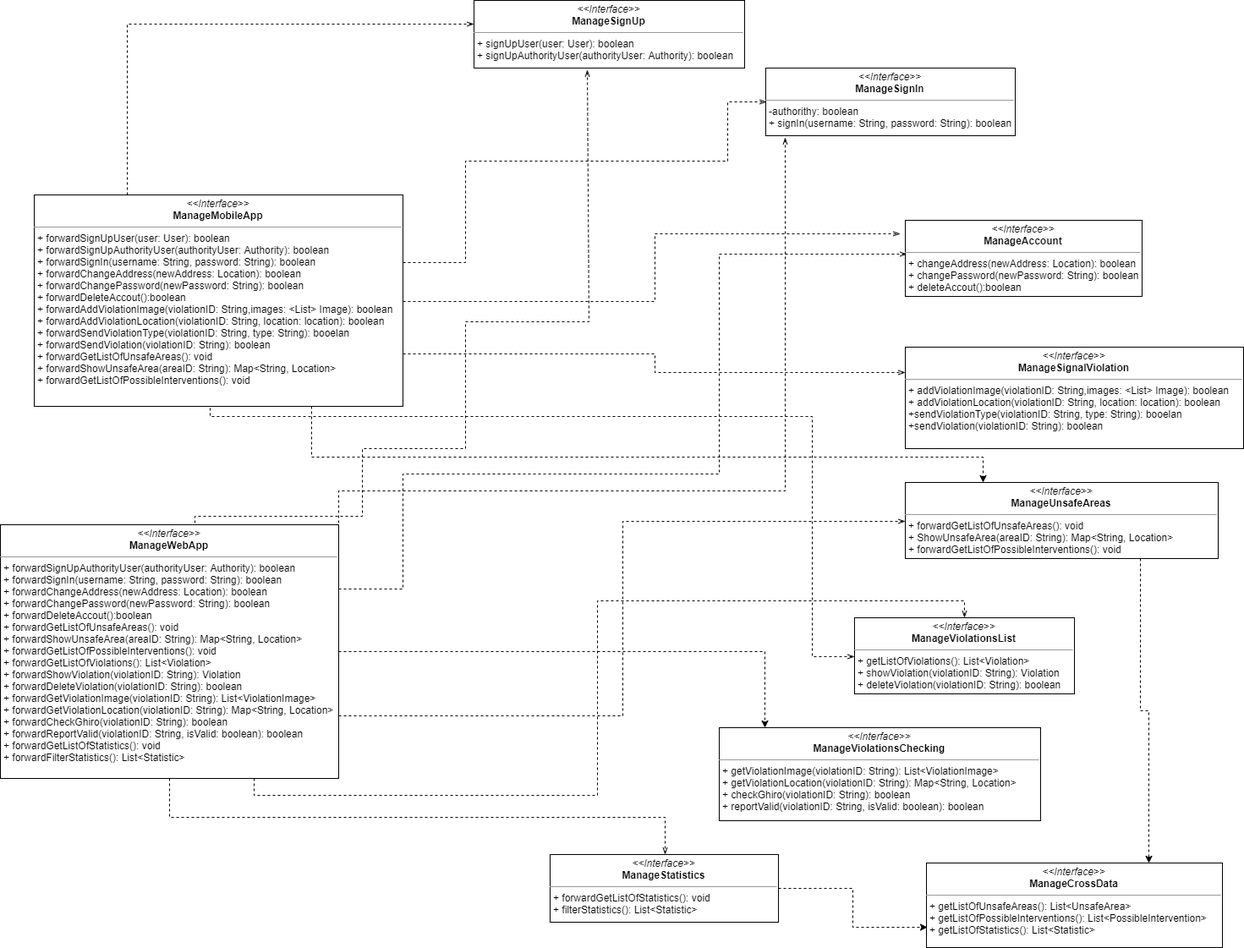
Above: DD Working Folder/dd/resources/images/ComponentInterfaces.png in Fabs97/PremiSicilianoTaddeo (draw.io), before the change. Source tidied: cells renumbered, new cells last; positions are measured from the earlier drawing's top-left corner, leaving out a move shared by most shapes.
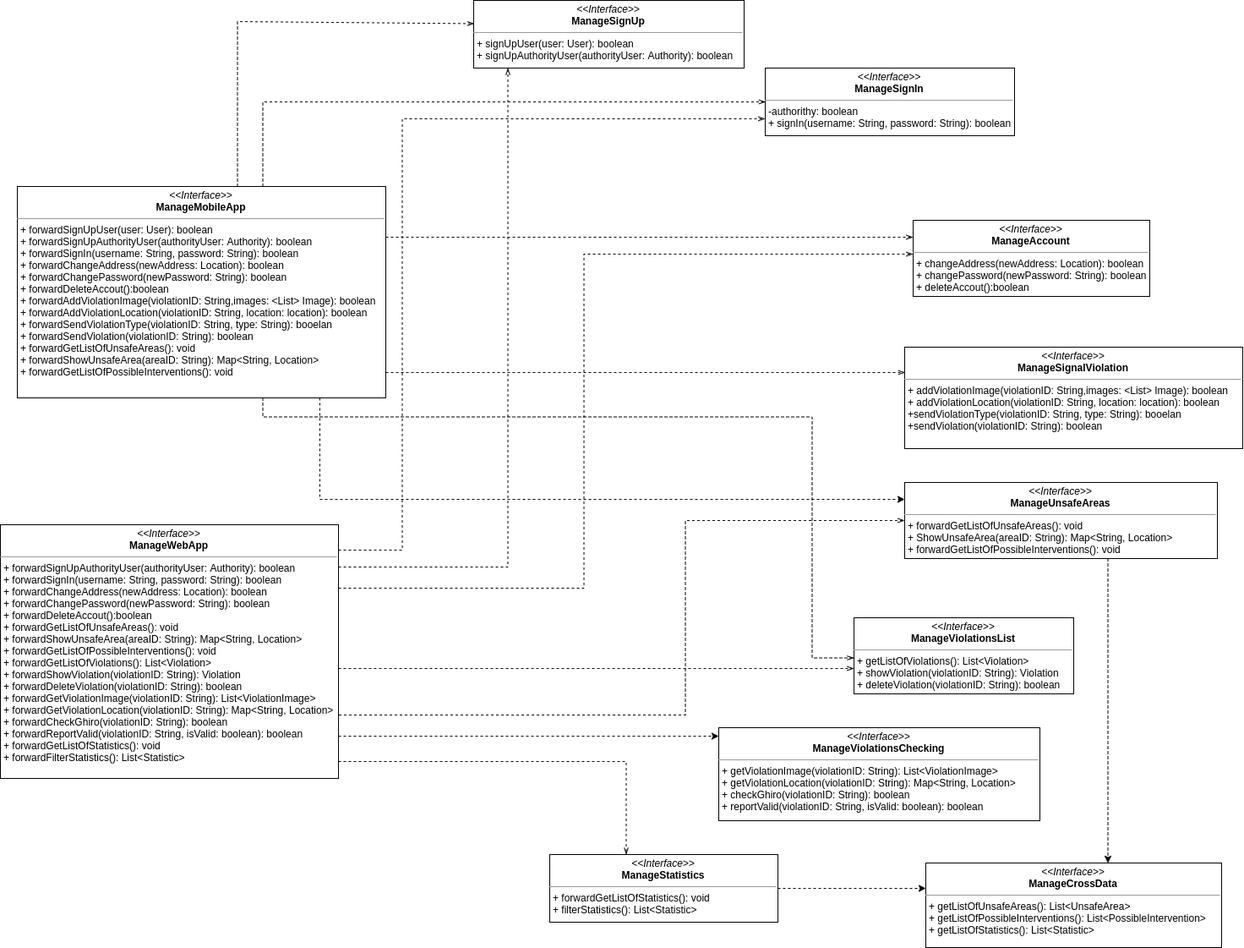
The same file after the commit.

Commit message:
[DD] - Component interfaces improved and added description

Diff of the diagram source:
```diff
@@ -2,39 +2,48 @@
   <root>
     <mxCell id="0" />
     <mxCell id="1" parent="0" />
-    <mxCell id="2" style="edgeStyle=orthogonalEdgeStyle;rounded=0;jettySize=auto;html=1;exitX=0.25;exitY=0;exitDx=0;exitDy=0;entryX=0.001;entryY=0.338;entryDx=0;entryDy=0;entryPerimeter=0;dashed=1;endArrow=openThin;endFill=0;" parent="1" edge="1" source="7" target="14">
-      <mxGeometry relative="1" as="geometry" />
+    <mxCell id="2" style="edgeStyle=orthogonalEdgeStyle;rounded=0;jettySize=auto;html=1;entryX=0.001;entryY=0.338;entryDx=0;entryDy=0;entryPerimeter=0;dashed=1;endArrow=openThin;endFill=0;" parent="1" edge="1" source="7" target="14">
+      <mxGeometry relative="1" as="geometry">
+        <Array as="points">
+          <mxPoint x="281" y="26" />
+        </Array>
+      </mxGeometry>
     </mxCell>
-    <mxCell id="3" style="edgeStyle=orthogonalEdgeStyle;rounded=0;jettySize=auto;html=1;exitX=1;exitY=0.25;exitDx=0;exitDy=0;entryX=0;entryY=0.5;entryDx=0;entryDy=0;dashed=1;endArrow=openThin;endFill=0;" parent="1" edge="1" source="7" target="15">
+    <mxCell id="3" style="edgeStyle=orthogonalEdgeStyle;rounded=0;jettySize=auto;html=1;entryX=0;entryY=0.5;entryDx=0;entryDy=0;dashed=1;endArrow=openThin;endFill=0;" parent="1" edge="1" source="7" target="15">
       <mxGeometry relative="1" as="geometry">
         <Array as="points">
-          <mxPoint x="550" y="310" />
-          <mxPoint x="550" y="190" />
-          <mxPoint x="860" y="190" />
-          <mxPoint x="860" y="120" />
+          <mxPoint x="311" y="120" />
         </Array>
       </mxGeometry>
     </mxCell>
-    <mxCell id="4" style="edgeStyle=orthogonalEdgeStyle;rounded=0;jettySize=auto;html=1;exitX=1;exitY=0.5;exitDx=0;exitDy=0;entryX=-0.018;entryY=0.171;entryDx=0;entryDy=0;entryPerimeter=0;dashed=1;endArrow=openThin;endFill=0;" parent="1" edge="1" source="7" target="16">
-      <mxGeometry relative="1" as="geometry" />
+    <mxCell id="4" style="edgeStyle=orthogonalEdgeStyle;rounded=0;jettySize=auto;html=1;dashed=1;endArrow=openThin;endFill=0;" parent="1" edge="1" source="7" target="16">
+      <mxGeometry relative="1" as="geometry">
+        <Array as="points">
+          <mxPoint x="550" y="279" />
+          <mxPoint x="550" y="279" />
+        </Array>
+      </mxGeometry>
     </mxCell>
-    <mxCell id="5" style="edgeStyle=orthogonalEdgeStyle;rounded=0;jettySize=auto;html=1;exitX=1;exitY=0.75;exitDx=0;exitDy=0;entryX=0;entryY=0.25;entryDx=0;entryDy=0;dashed=1;endArrow=openThin;endFill=0;" parent="1" edge="1" source="7" target="17">
-      <mxGeometry relative="1" as="geometry" />
+    <mxCell id="5" style="edgeStyle=orthogonalEdgeStyle;rounded=0;jettySize=auto;html=1;entryX=0;entryY=0.25;entryDx=0;entryDy=0;dashed=1;endArrow=openThin;endFill=0;" parent="1" edge="1" source="7" target="17">
+      <mxGeometry relative="1" as="geometry">
+        <Array as="points">
+          <mxPoint x="600" y="440" />
+          <mxPoint x="600" y="440" />
+        </Array>
+      </mxGeometry>
     </mxCell>
-    <mxCell id="6" style="edgeStyle=orthogonalEdgeStyle;rounded=0;jettySize=auto;html=1;exitX=0.75;exitY=1;exitDx=0;exitDy=0;entryX=0.25;entryY=0;entryDx=0;entryDy=0;dashed=1;" parent="1" edge="1" source="7" target="19">
+    <mxCell id="6" style="edgeStyle=orthogonalEdgeStyle;rounded=0;jettySize=auto;html=1;dashed=1;" parent="1" edge="1" source="7" target="19">
       <mxGeometry relative="1" as="geometry">
         <Array as="points">
-          <mxPoint x="377" y="540" />
-          <mxPoint x="1163" y="540" />
+          <mxPoint x="377" y="590" />
         </Array>
       </mxGeometry>
     </mxCell>
     <mxCell id="7" value="&lt;p style=&quot;margin: 0px ; margin-top: 4px ; text-align: center&quot;&gt;&lt;i&gt;&amp;lt;&amp;lt;Interface&amp;gt;&amp;gt;&lt;/i&gt;&lt;br&gt;&lt;b&gt;ManageMobileApp&lt;/b&gt;&lt;/p&gt;&lt;hr size=&quot;1&quot;&gt;&lt;p style=&quot;margin: 0px ; margin-left: 4px&quot;&gt;+ forwardSignUpUser(user: User): boolean&lt;br&gt;+ forwardSignUpAuthorityUser(authorityUser: Authority): boolean&lt;br&gt;&lt;/p&gt;&lt;p style=&quot;margin: 0px ; margin-left: 4px&quot;&gt;+ forwardSignIn(username: String, password: String): boolean&lt;br&gt;&lt;/p&gt;&lt;p style=&quot;margin: 0px 0px 0px 4px&quot;&gt;+ forwardChangeAddress(newAddress: Location): boolean&lt;br&gt;+ forwardChangePassword(newPassword: String): boolean&lt;/p&gt;&lt;p style=&quot;margin: 0px 0px 0px 4px&quot;&gt;+ forwardDeleteAccout():boolean&lt;/p&gt;&lt;p style=&quot;margin: 0px 0px 0px 4px&quot;&gt;+ forwardAddViolationImage(violationID: String,images: &amp;lt;List&amp;gt; Image): boolean&lt;/p&gt;&lt;p style=&quot;margin: 0px 0px 0px 4px&quot;&gt;+ forwardAddViolationLocation(violationID: String, location: location): boolean&lt;/p&gt;&lt;p style=&quot;margin: 0px 0px 0px 4px&quot;&gt;+ forwardSendViolationType(violationID: String, type: String): booelan&lt;/p&gt;&lt;p style=&quot;margin: 0px 0px 0px 4px&quot;&gt;+ forwardSendViolation(violationID: String): boolean&lt;/p&gt;&lt;p style=&quot;margin: 0px 0px 0px 4px&quot;&gt;+ forwardGetListOfUnsafeAreas(): void&lt;br&gt;+ forwardShowUnsafeArea(areaID: String): Map&amp;lt;String, Location&amp;gt;&lt;/p&gt;&lt;p style=&quot;margin: 0px 0px 0px 4px&quot;&gt;+ forwardGetListOfPossibleInterventions(): void&lt;/p&gt;" style="verticalAlign=top;align=left;overflow=fill;fontSize=12;fontFamily=Helvetica;html=1;" parent="1" vertex="1">
-      <mxGeometry x="40" y="230" width="436" height="250" as="geometry" />
+      <mxGeometry x="20" y="220" width="436" height="250" as="geometry" />
     </mxCell>
-    <mxCell id="8" style="edgeStyle=orthogonalEdgeStyle;rounded=0;jettySize=auto;html=1;entryX=0;entryY=0.5;entryDx=0;entryDy=0;dashed=1;endArrow=openThin;endFill=0;exitX=0.478;exitY=1.005;exitDx=0;exitDy=0;exitPerimeter=0;" parent="1" edge="1" source="7">
+    <mxCell id="8" style="edgeStyle=orthogonalEdgeStyle;rounded=0;jettySize=auto;html=1;dashed=1;endArrow=openThin;endFill=0;" parent="1" edge="1" source="7" target="20">
       <mxGeometry relative="1" as="geometry">
-        <mxPoint x="1010" y="776.5" as="targetPoint" />
         <Array as="points">
           <mxPoint x="311" y="492" />
           <mxPoint x="960" y="492" />
@@ -42,38 +51,36 @@
         </Array>
       </mxGeometry>
     </mxCell>
-    <mxCell id="9" style="edgeStyle=orthogonalEdgeStyle;rounded=0;jettySize=auto;html=1;exitX=0.75;exitY=0;exitDx=0;exitDy=0;dashed=1;endArrow=openThin;endFill=0;entryX=0.421;entryY=1.023;entryDx=0;entryDy=0;entryPerimeter=0;" parent="1" edge="1" source="13" target="14">
+    <mxCell id="9" style="edgeStyle=orthogonalEdgeStyle;rounded=0;jettySize=auto;html=1;dashed=1;endArrow=openThin;endFill=0;" parent="1" edge="1" source="13" target="14">
       <mxGeometry relative="1" as="geometry">
         <Array as="points">
-          <mxPoint x="230" y="620" />
-          <mxPoint x="230" y="610" />
-          <mxPoint x="428" y="610" />
-          <mxPoint x="428" y="530" />
-          <mxPoint x="550" y="530" />
-          <mxPoint x="550" y="380" />
-          <mxPoint x="695" y="380" />
+          <mxPoint x="600" y="670" />
         </Array>
       </mxGeometry>
     </mxCell>
-    <mxCell id="10" style="edgeStyle=orthogonalEdgeStyle;rounded=0;jettySize=auto;html=1;exitX=1;exitY=0.25;exitDx=0;exitDy=0;entryX=0.08;entryY=1.024;entryDx=0;entryDy=0;entryPerimeter=0;dashed=1;endArrow=openThin;endFill=0;" parent="1" edge="1" source="13" target="15">
+    <mxCell id="10" style="edgeStyle=orthogonalEdgeStyle;rounded=0;jettySize=auto;html=1;dashed=1;endArrow=openThin;endFill=0;" parent="1" edge="1" source="13" target="15">
       <mxGeometry relative="1" as="geometry">
         <Array as="points">
-          <mxPoint x="476" y="580" />
-          <mxPoint x="929" y="580" />
+          <mxPoint x="476" y="650" />
+          <mxPoint x="476" y="139" />
         </Array>
       </mxGeometry>
     </mxCell>
-    <mxCell id="11" style="edgeStyle=orthogonalEdgeStyle;rounded=0;jettySize=auto;html=1;exitX=1;exitY=0.25;exitDx=0;exitDy=0;entryX=0.004;entryY=0.446;entryDx=0;entryDy=0;dashed=1;endArrow=openThin;endFill=0;entryPerimeter=0;" parent="1" edge="1" source="13" target="16">
+    <mxCell id="11" style="edgeStyle=orthogonalEdgeStyle;rounded=0;jettySize=auto;html=1;dashed=1;endArrow=openThin;endFill=0;" parent="1" edge="1" source="13" target="16">
       <mxGeometry relative="1" as="geometry">
         <Array as="points">
-          <mxPoint x="476" y="560" />
-          <mxPoint x="850" y="560" />
-          <mxPoint x="850" y="300" />
+          <mxPoint x="690" y="695" />
+          <mxPoint x="690" y="299" />
         </Array>
       </mxGeometry>
     </mxCell>
-    <mxCell id="12" style="edgeStyle=orthogonalEdgeStyle;rounded=0;jettySize=auto;html=1;exitX=1;exitY=0.5;exitDx=0;exitDy=0;entryX=0.142;entryY=0.003;entryDx=0;entryDy=0;entryPerimeter=0;dashed=1;" parent="1" edge="1" source="13" target="21">
-      <mxGeometry relative="1" as="geometry" />
+    <mxCell id="12" style="edgeStyle=orthogonalEdgeStyle;rounded=0;jettySize=auto;html=1;dashed=1;" parent="1" edge="1" source="13" target="21">
+      <mxGeometry relative="1" as="geometry">
+        <Array as="points">
+          <mxPoint x="620" y="870" />
+          <mxPoint x="620" y="870" />
+        </Array>
+      </mxGeometry>
     </mxCell>
     <mxCell id="13" value="&lt;p style=&quot;margin: 0px ; margin-top: 4px ; text-align: center&quot;&gt;&lt;i&gt;&amp;lt;&amp;lt;Interface&amp;gt;&amp;gt;&lt;/i&gt;&lt;br&gt;&lt;b&gt;ManageWebApp&lt;/b&gt;&lt;/p&gt;&lt;hr size=&quot;1&quot;&gt;&lt;p style=&quot;margin: 0px ; margin-left: 4px&quot;&gt;+ forwardSignUpAuthorityUser(authorityUser: Authority): boolean&lt;br&gt;&lt;/p&gt;&lt;p style=&quot;margin: 0px ; margin-left: 4px&quot;&gt;+ forwardSignIn(username: String, password: String): boolean&lt;br&gt;&lt;/p&gt;&lt;p style=&quot;margin: 0px 0px 0px 4px&quot;&gt;+ forwardChangeAddress(newAddress: Location): boolean&lt;br&gt;+ forwardChangePassword(newPassword: String): boolean&lt;/p&gt;&lt;p style=&quot;margin: 0px 0px 0px 4px&quot;&gt;+ forwardDeleteAccout():boolean&lt;/p&gt;&lt;p style=&quot;margin: 0px 0px 0px 4px&quot;&gt;+ forwardGetListOfUnsafeAreas(): void&lt;br&gt;+ forwardShowUnsafeArea(areaID: String): Map&amp;lt;String, Location&amp;gt;&lt;/p&gt;&lt;p style=&quot;margin: 0px 0px 0px 4px&quot;&gt;+ forwardGetListOfPossibleInterventions(): void&lt;/p&gt;&lt;p style=&quot;margin: 0px 0px 0px 4px&quot;&gt;+ forwardGetListOfViolations(): List&amp;lt;Violation&amp;gt;&lt;br&gt;+ forwardShowViolation(violationID: String): Violation&lt;/p&gt;&lt;p style=&quot;margin: 0px 0px 0px 4px&quot;&gt;+ forwardDeleteViolation(violationID: String): boolean&lt;/p&gt;&lt;p style=&quot;margin: 0px 0px 0px 4px&quot;&gt;+ forwardGetViolationImage(violationID: String): List&amp;lt;ViolationImage&amp;gt;&lt;br&gt;+ forwardGetViolationLocation(violationID: String): Map&amp;lt;String, Location&amp;gt;&lt;/p&gt;&lt;p style=&quot;margin: 0px 0px 0px 4px&quot;&gt;+ forwardCheckGhiro(violationID: String): boolean&lt;/p&gt;&lt;p style=&quot;margin: 0px 0px 0px 4px&quot;&gt;+ forwardReportValid(violationID: String, isValid: boolean): boolean&lt;br&gt;&lt;/p&gt;&lt;p style=&quot;margin: 0px 0px 0px 4px&quot;&gt;+ forwardGetListOfStatistics(): void&lt;br&gt;&lt;/p&gt;&lt;p style=&quot;margin: 0px 0px 0px 4px&quot;&gt;+ forwardFilterStatistics(): List&amp;lt;Statistic&amp;gt;&lt;/p&gt;&lt;p style=&quot;margin: 0px 0px 0px 4px&quot;&gt;&lt;br&gt;&lt;/p&gt;" style="verticalAlign=top;align=left;overflow=fill;fontSize=12;fontFamily=Helvetica;html=1;" parent="1" vertex="1">
       <mxGeometry y="620" width="400" height="300" as="geometry" />
@@ -85,13 +92,18 @@
       <mxGeometry x="905" y="80" width="295" height="80" as="geometry" />
     </mxCell>
     <mxCell id="16" value="&lt;p style=&quot;margin: 0px ; margin-top: 4px ; text-align: center&quot;&gt;&lt;i&gt;&amp;lt;&amp;lt;Interface&amp;gt;&amp;gt;&lt;/i&gt;&lt;br&gt;&lt;b&gt;ManageAccount&lt;/b&gt;&lt;/p&gt;&lt;hr size=&quot;1&quot;&gt;&lt;p style=&quot;margin: 0px ; margin-left: 4px&quot;&gt;+ changeAddress(newAddress: Location): boolean&lt;br&gt;+ changePassword(newPassword: String): boolean&lt;/p&gt;&lt;p style=&quot;margin: 0px ; margin-left: 4px&quot;&gt;+ deleteAccout():boolean&lt;/p&gt;" style="verticalAlign=top;align=left;overflow=fill;fontSize=12;fontFamily=Helvetica;html=1;" parent="1" vertex="1">
-      <mxGeometry x="1070" y="260" width="280" height="90" as="geometry" />
+      <mxGeometry x="1080" y="260" width="280" height="90" as="geometry" />
     </mxCell>
     <mxCell id="17" value="&lt;p style=&quot;margin: 0px ; margin-top: 4px ; text-align: center&quot;&gt;&lt;i&gt;&amp;lt;&amp;lt;Interface&amp;gt;&amp;gt;&lt;/i&gt;&lt;br&gt;&lt;b&gt;ManageSignalViolation&lt;/b&gt;&lt;/p&gt;&lt;hr size=&quot;1&quot;&gt;&lt;p style=&quot;margin: 0px ; margin-left: 4px&quot;&gt;+ addViolationImage(violationID: String,images: &amp;lt;List&amp;gt; Image): boolean&lt;/p&gt;&lt;p style=&quot;margin: 0px ; margin-left: 4px&quot;&gt;+ addViolationLocation(violationID: String, location: location): boolean&lt;/p&gt;&lt;p style=&quot;margin: 0px ; margin-left: 4px&quot;&gt;+sendViolationType(violationID: String, type: String): booelan&lt;/p&gt;&lt;p style=&quot;margin: 0px ; margin-left: 4px&quot;&gt;+sendViolation(violationID: String): boolean&lt;/p&gt;&lt;p style=&quot;margin: 0px ; margin-left: 4px&quot;&gt;&lt;br&gt;&lt;/p&gt;" style="verticalAlign=top;align=left;overflow=fill;fontSize=12;fontFamily=Helvetica;html=1;" parent="1" vertex="1">
       <mxGeometry x="1070" y="410" width="400" height="120" as="geometry" />
     </mxCell>
-    <mxCell id="18" style="edgeStyle=orthogonalEdgeStyle;rounded=0;jettySize=auto;html=1;exitX=0.75;exitY=1;exitDx=0;exitDy=0;entryX=0.75;entryY=0;entryDx=0;entryDy=0;dashed=1;" parent="1" edge="1" source="19" target="24">
-      <mxGeometry relative="1" as="geometry" />
+    <mxCell id="18" style="edgeStyle=orthogonalEdgeStyle;rounded=0;jettySize=auto;html=1;dashed=1;" parent="1" edge="1" source="19" target="24">
+      <mxGeometry relative="1" as="geometry">
+        <Array as="points">
+          <mxPoint x="1310" y="839" />
+          <mxPoint x="1310" y="839" />
+        </Array>
+      </mxGeometry>
     </mxCell>
     <mxCell id="19" value="&lt;p style=&quot;margin: 0px ; margin-top: 4px ; text-align: center&quot;&gt;&lt;i&gt;&amp;lt;&amp;lt;Interface&amp;gt;&amp;gt;&lt;/i&gt;&lt;br&gt;&lt;b&gt;ManageUnsafeAreas&lt;/b&gt;&lt;/p&gt;&lt;hr size=&quot;1&quot;&gt;&lt;p style=&quot;margin: 0px ; margin-left: 4px&quot;&gt;+ forwardGetListOfUnsafeAreas(): void&lt;br&gt;+ ShowUnsafeArea(areaID: String): Map&amp;lt;String, Location&amp;gt;&lt;/p&gt;&lt;p style=&quot;margin: 0px ; margin-left: 4px&quot;&gt;+ forwardGetListOfPossibleInterventions(): void&lt;/p&gt;" style="verticalAlign=top;align=left;overflow=fill;fontSize=12;fontFamily=Helvetica;html=1;" parent="1" vertex="1">
       <mxGeometry x="1070" y="570" width="370" height="90" as="geometry" />
@@ -102,8 +114,13 @@
     <mxCell id="21" value="&lt;p style=&quot;margin: 0px ; margin-top: 4px ; text-align: center&quot;&gt;&lt;i&gt;&amp;lt;&amp;lt;Interface&amp;gt;&amp;gt;&lt;/i&gt;&lt;br&gt;&lt;b&gt;ManageViolationsChecking&lt;/b&gt;&lt;/p&gt;&lt;hr size=&quot;1&quot;&gt;&lt;p style=&quot;margin: 0px ; margin-left: 4px&quot;&gt;+ getViolationImage(violationID: String): List&amp;lt;ViolationImage&amp;gt;&lt;br&gt;+ getViolationLocation(violationID: String): Map&amp;lt;String, Location&amp;gt;&lt;/p&gt;&lt;p style=&quot;margin: 0px ; margin-left: 4px&quot;&gt;&lt;span&gt;+ checkGhiro(violationID: String): boolean&lt;/span&gt;&lt;/p&gt;&lt;p style=&quot;margin: 0px ; margin-left: 4px&quot;&gt;&lt;span&gt;+ reportValid(violationID: String, isValid: boolean): boolean&lt;/span&gt;&lt;br&gt;&lt;/p&gt;&lt;p style=&quot;margin: 0px ; margin-left: 4px&quot;&gt;&lt;br&gt;&lt;/p&gt;" style="verticalAlign=top;align=left;overflow=fill;fontSize=12;fontFamily=Helvetica;html=1;" parent="1" vertex="1">
       <mxGeometry x="850" y="860" width="380" height="110" as="geometry" />
     </mxCell>
-    <mxCell id="22" style="edgeStyle=orthogonalEdgeStyle;rounded=0;jettySize=auto;html=1;exitX=1;exitY=0.5;exitDx=0;exitDy=0;entryX=0;entryY=0.75;entryDx=0;entryDy=0;dashed=1;" parent="1" edge="1" source="23" target="24">
-      <mxGeometry relative="1" as="geometry" />
+    <mxCell id="22" style="edgeStyle=orthogonalEdgeStyle;rounded=0;jettySize=auto;html=1;dashed=1;" parent="1" edge="1" source="23" target="24">
+      <mxGeometry relative="1" as="geometry">
+        <Array as="points">
+          <mxPoint x="1010" y="1050" />
+          <mxPoint x="1010" y="1050" />
+        </Array>
+      </mxGeometry>
     </mxCell>
     <mxCell id="23" value="&lt;p style=&quot;margin: 0px ; margin-top: 4px ; text-align: center&quot;&gt;&lt;i&gt;&amp;lt;&amp;lt;Interface&amp;gt;&amp;gt;&lt;/i&gt;&lt;br&gt;&lt;b&gt;ManageStatistics&lt;/b&gt;&lt;/p&gt;&lt;hr size=&quot;1&quot;&gt;&lt;p style=&quot;margin: 0px ; margin-left: 4px&quot;&gt;+ forwardGetListOfStatistics(): void&lt;br&gt;&lt;/p&gt;&lt;p style=&quot;margin: 0px ; margin-left: 4px&quot;&gt;+ filterStatistics(): List&amp;lt;Statistic&amp;gt;&lt;/p&gt;" style="verticalAlign=top;align=left;overflow=fill;fontSize=12;fontFamily=Helvetica;html=1;" parent="1" vertex="1">
       <mxGeometry x="650" y="1010" width="270" height="80" as="geometry" />
@@ -111,14 +128,28 @@
     <mxCell id="24" value="&lt;p style=&quot;margin: 0px ; margin-top: 4px ; text-align: center&quot;&gt;&lt;i&gt;&amp;lt;&amp;lt;Interface&amp;gt;&amp;gt;&lt;/i&gt;&lt;br&gt;&lt;b&gt;ManageCrossData&lt;/b&gt;&lt;/p&gt;&lt;hr size=&quot;1&quot;&gt;&lt;p style=&quot;margin: 0px 0px 0px 4px&quot;&gt;+ getListOfUnsafeAreas(): List&amp;lt;UnsafeArea&amp;gt;&lt;br&gt;&lt;/p&gt;&lt;p style=&quot;margin: 0px 0px 0px 4px&quot;&gt;+ getListOfPossibleInterventions(): List&amp;lt;PossibleIntervention&amp;gt;&lt;/p&gt;&lt;p style=&quot;margin: 0px 0px 0px 4px&quot;&gt;+ getListOfStatistics(): List&amp;lt;Statistic&amp;gt;&lt;/p&gt;" style="verticalAlign=top;align=left;overflow=fill;fontSize=12;fontFamily=Helvetica;html=1;" parent="1" vertex="1">
       <mxGeometry x="1095" y="1020" width="350" height="100" as="geometry" />
     </mxCell>
-    <mxCell id="25" style="edgeStyle=orthogonalEdgeStyle;rounded=0;jettySize=auto;html=1;exitX=0.75;exitY=1;exitDx=0;exitDy=0;entryX=0.5;entryY=0;entryDx=0;entryDy=0;dashed=1;endArrow=openThin;endFill=0;" parent="1" edge="1" source="13" target="20">
-      <mxGeometry relative="1" as="geometry" />
+    <mxCell id="25" style="edgeStyle=orthogonalEdgeStyle;rounded=0;jettySize=auto;html=1;dashed=1;endArrow=openThin;endFill=0;" parent="1" edge="1" source="13" target="20">
+      <mxGeometry relative="1" as="geometry">
+        <Array as="points">
+          <mxPoint x="700" y="790" />
+          <mxPoint x="700" y="790" />
+        </Array>
+      </mxGeometry>
     </mxCell>
-    <mxCell id="26" style="edgeStyle=orthogonalEdgeStyle;rounded=0;jettySize=auto;html=1;exitX=0.5;exitY=1;exitDx=0;exitDy=0;entryX=0.5;entryY=0;entryDx=0;entryDy=0;dashed=1;endArrow=openThin;endFill=0;" parent="1" edge="1" source="13" target="23">
-      <mxGeometry relative="1" as="geometry" />
+    <mxCell id="26" style="edgeStyle=orthogonalEdgeStyle;rounded=0;jettySize=auto;html=1;dashed=1;endArrow=openThin;endFill=0;" parent="1" edge="1" source="13" target="23">
+      <mxGeometry relative="1" as="geometry">
+        <Array as="points">
+          <mxPoint x="740" y="899" />
+        </Array>
+      </mxGeometry>
     </mxCell>
     <mxCell id="27" style="edgeStyle=orthogonalEdgeStyle;rounded=0;jettySize=auto;html=1;exitX=1;exitY=0.75;exitDx=0;exitDy=0;dashed=1;endArrow=openThin;endFill=0;" parent="1" edge="1" source="13" target="19">
-      <mxGeometry relative="1" as="geometry" />
+      <mxGeometry relative="1" as="geometry">
+        <Array as="points">
+          <mxPoint x="810" y="845" />
+          <mxPoint x="810" y="615" />
+        </Array>
+      </mxGeometry>
     </mxCell>
   </root>
 </mxGraphModel>
```
